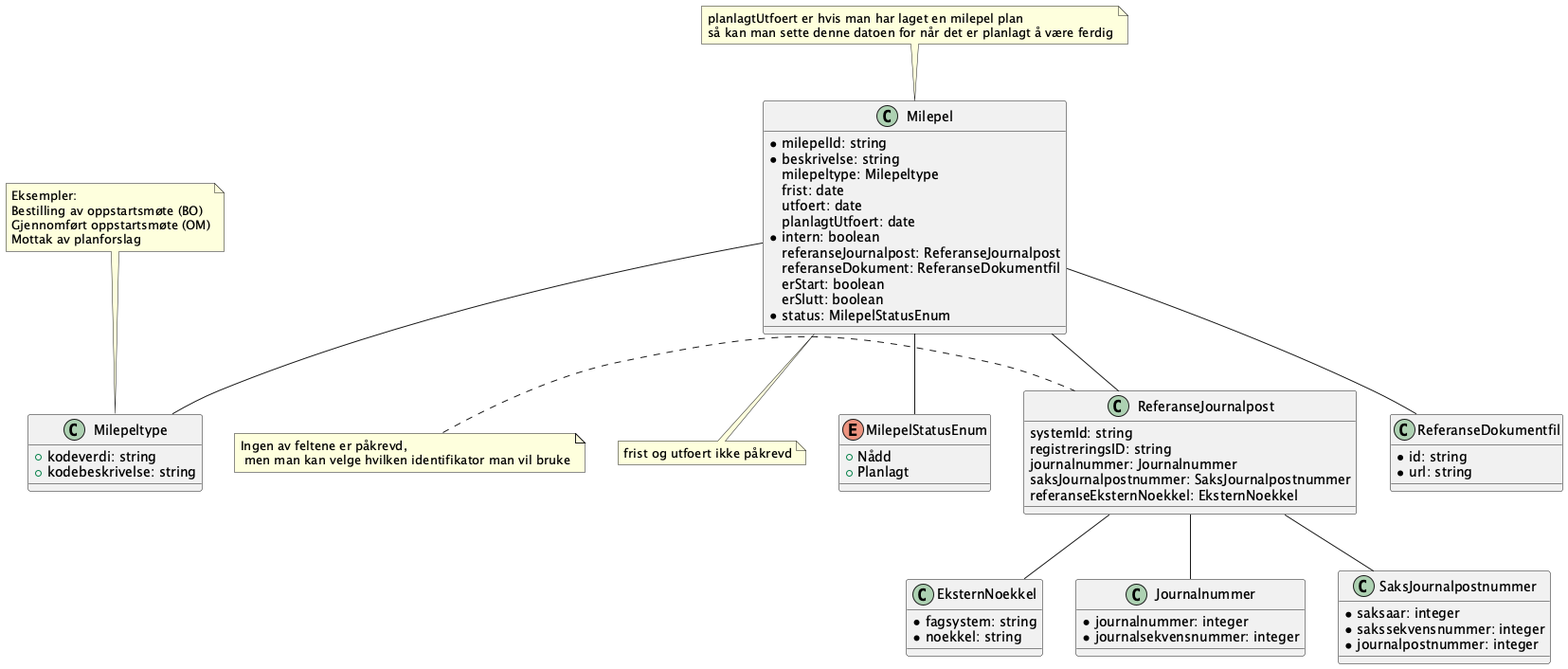
This is Dokumentasjon/V1/ClassDiagrams/no.ks.fiks.saksfaser.v1.felles.milepel/classdiagram.png from ks-no/fiks-saksfaser-specification, a PlantUML export, as it was before one commit.
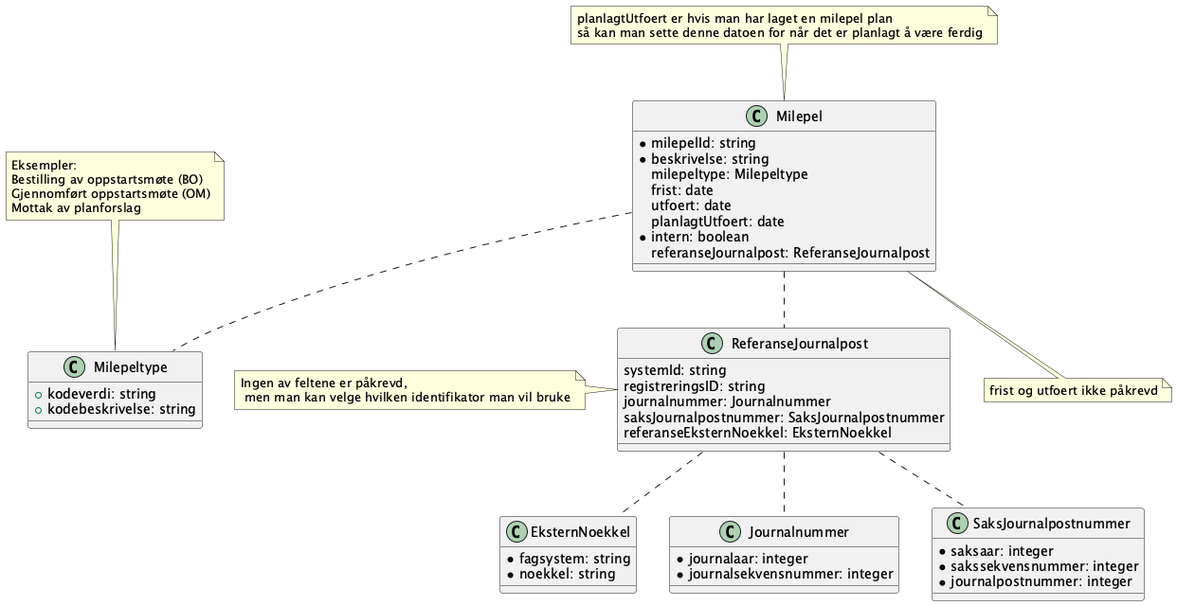
Above is the later version.

Change to the diagram source:
```diff
@@ -3,7 +3,6 @@
 !include ./../no.ks.fiks.saksfaser.v1.felles.journalnummer/classdiagram.pu
 !include ./../no.ks.fiks.saksfaser.v1.felles.referansejournalpost/classdiagram.pu
 !include ./../no.ks.fiks.saksfaser.v1.felles.saksjournalpostnummer/classdiagram.pu
-!include ./../no.ks.fiks.saksfaser.v1.felles.referansedokumentfil/classdiagram.pu
 
 
 class Milepel {
@@ -15,15 +14,11 @@
     planlagtUtfoert: date
     *intern: boolean
     referanseJournalpost: ReferanseJournalpost
-    referanseDokument: ReferanseDokumentfil
-    erStart: boolean
-    erSlutt: boolean
-    *status: MilepelStatusEnum
 }
 
 note top of Milepel : planlagtUtfoert er hvis man har laget en milepel plan \nså kan man sette denne datoen for når det er planlagt å være ferdig
 
-Milepel -- Milepeltype
+Milepel .. Milepeltype
 
 note top of Milepeltype : Eksempler: \nBestilling av oppstartsmøte (BO)\nGjennomført oppstartsmøte (OM)\nMottak av planforslag
 
@@ -35,20 +30,12 @@
     +kodebeskrivelse: string
 }
 
-Milepel -- ReferanseJournalpost
-Milepel -- ReferanseDokumentfil
+Milepel .. ReferanseJournalpost
 
-class ReferanseDokumentfil {
-}
+ReferanseJournalpost .. EksternNoekkel
+ReferanseJournalpost .. SaksJournalpostnummer
+ReferanseJournalpost .. Journalnummer
 
-Milepel -- MilepelStatusEnum
-ReferanseJournalpost -- EksternNoekkel
-ReferanseJournalpost -- SaksJournalpostnummer
-ReferanseJournalpost -- Journalnummer
 
-enum MilepelStatusEnum {
-    +Nådd
-    +Planlagt
-}
 
 @enduml
```
